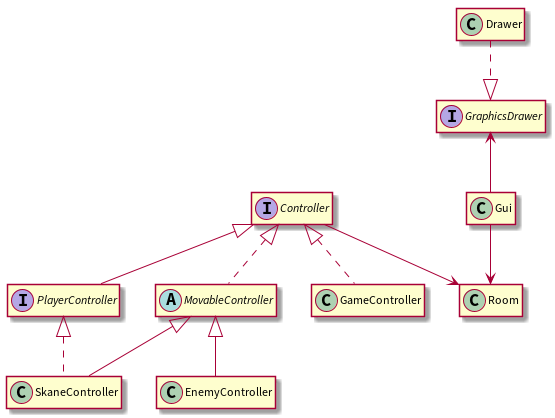
Above: docs/uml/mvc.png in JoaoCostaIFG/LPOO (PlantUML), before the change.
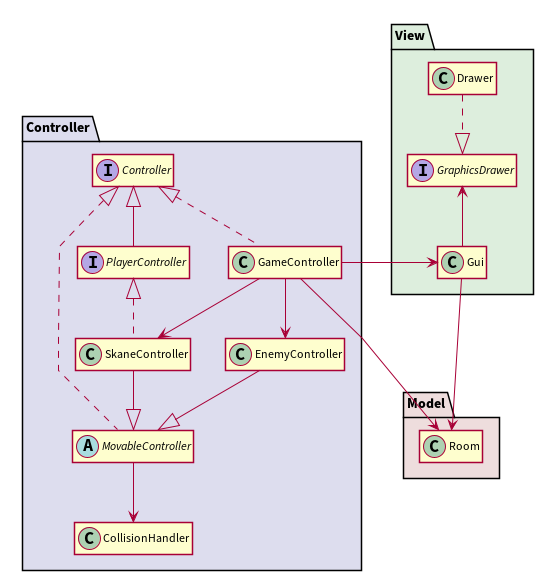
Above is the later version.

The edit, as a diff of the source:
```diff
@@ -1,32 +1,45 @@
 @startuml
 
 hide empty members
+skinparam shadowing false
+skinparam linetype polyline
 
-class Room {}
+package "Model" #EEDDDD {
+  class Room {}
+}
 
-interface GraphicsDrawer {}
-class Drawer {}
-class Gui {}
+package "View" #DDEEDD {
+  interface GraphicsDrawer {}
+  class Drawer {}
+  class Gui {}
+}
 
-interface Controller {}
-interface PlayerController {}
-abstract class MovableController {}
-class GameController {}
-class EnemyController {}
-class SkaneController {}
+package "Controller" #DDDDEE {
+  class CollisionHandler {}
+  interface Controller {}
+  class EnemyController {}
+  class GameController {}
+  abstract class MovableController {}
+  interface PlayerController {}
+  class SkaneController {}
+}
 
 PlayerController -up-^ Controller
+MovableController .up.^ Controller
+MovableController -down-> CollisionHandler
 GameController .up.^ Controller
-MovableController .up.^ Controller
+GameController -down-> SkaneController
+GameController -down-> EnemyController
 
-EnemyController -up-^ MovableController
-SkaneController -up-^ MovableController
+EnemyController --^ MovableController
+SkaneController --^ MovableController
 SkaneController .up.^ PlayerController
 
+Drawer .down.^ GraphicsDrawer
 Gui -up-> GraphicsDrawer
-Drawer ..^ GraphicsDrawer
+Gui -down-> Room
 
-Controller --> Room
-Gui --> Room
+GameController ---> Room
+GameController --left-> Gui
 
 @enduml
```
